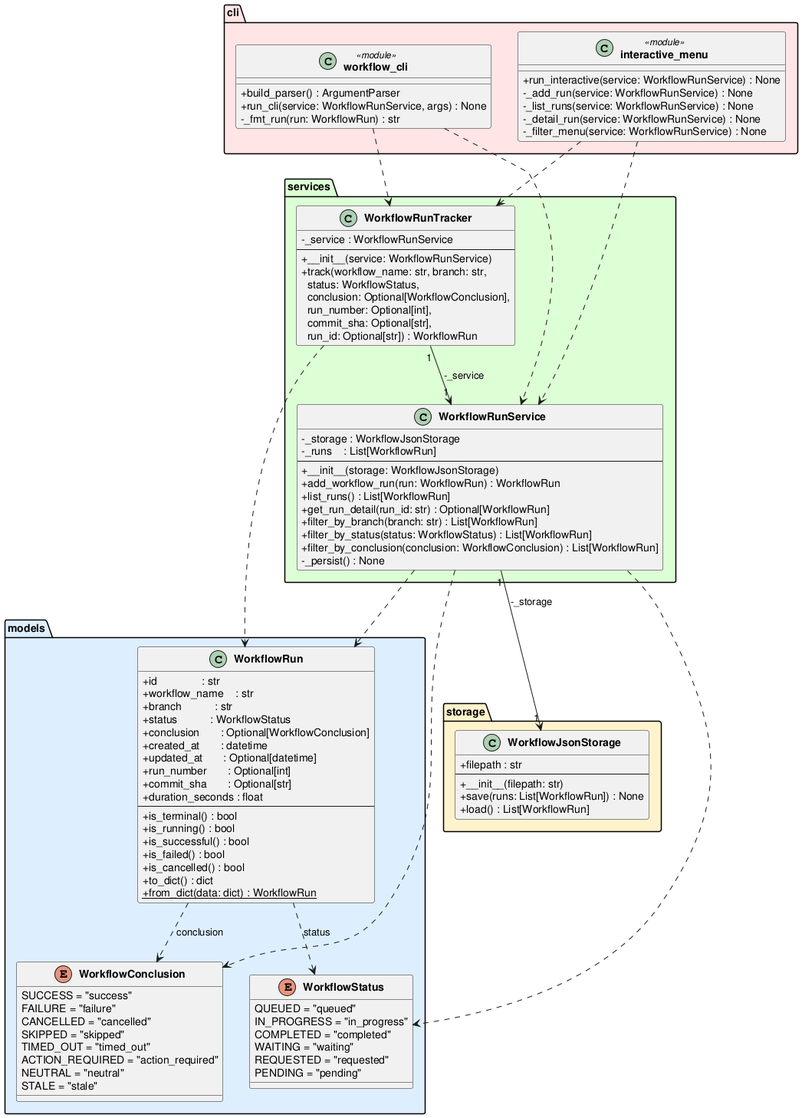
Above: experiments/broadcast/structured_text/github-workflow-manager/artifacts/class_diagram.png in DanielRiha8906/Software_autoevolution_using_agents (PlantUML), before the change.
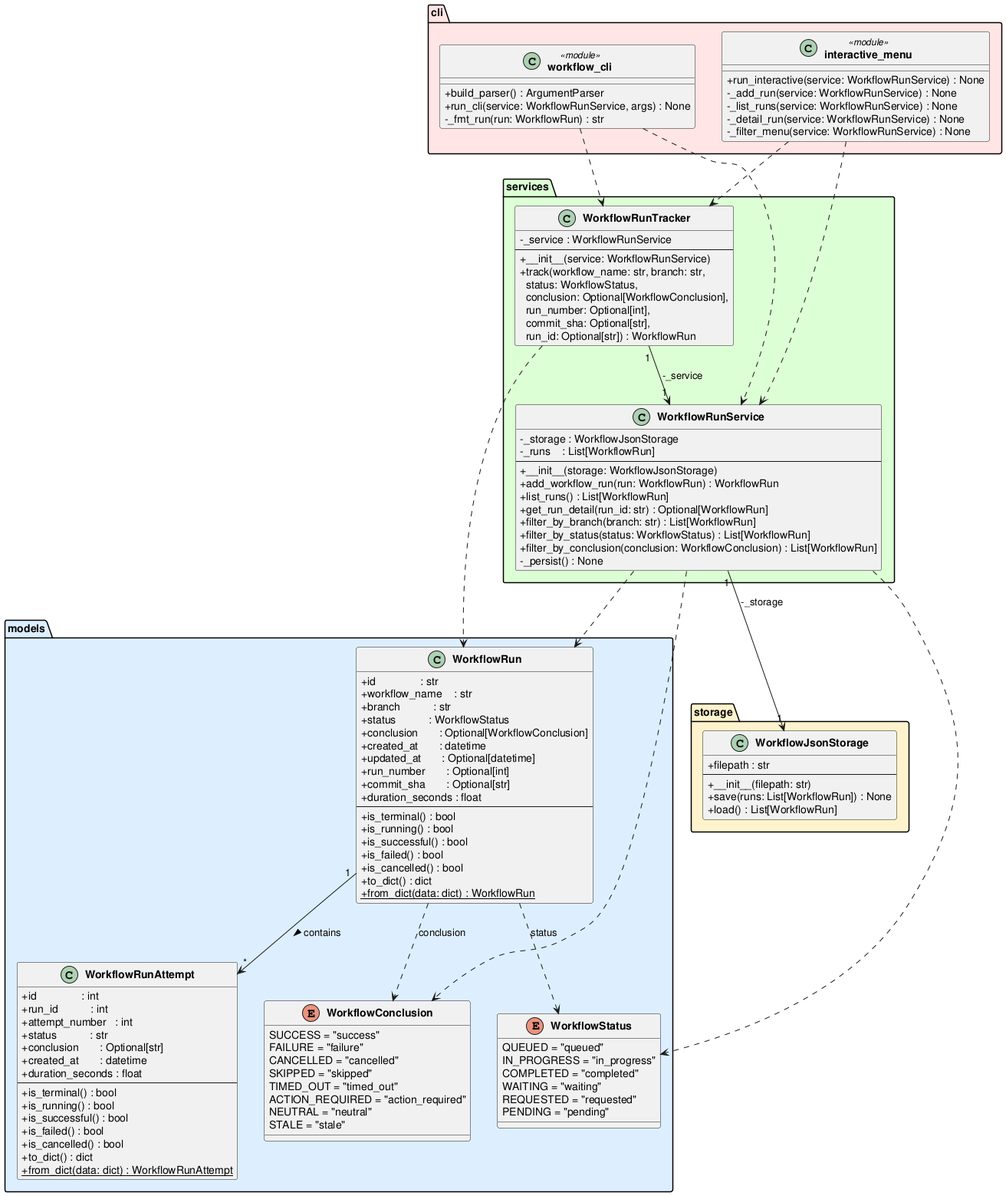
The same file after the commit.

The edit, as a diff of the source:
```diff
@@ -43,6 +43,24 @@
         +is_cancelled() : bool
         +to_dict() : dict
         +{static} from_dict(data: dict) : WorkflowRun
+    }
+
+    class WorkflowRunAttempt {
+        +id               : int
+        +run_id           : int
+        +attempt_number   : int
+        +status           : str
+        +conclusion       : Optional[str]
+        +created_at       : datetime
+        +duration_seconds : float
+        --
+        +is_terminal() : bool
+        +is_running() : bool
+        +is_successful() : bool
+        +is_failed() : bool
+        +is_cancelled() : bool
+        +to_dict() : dict
+        +{static} from_dict(data: dict) : WorkflowRunAttempt
     }
 }
 
@@ -95,6 +113,7 @@
     }
 }
 
+WorkflowRun                "1" --> "*" WorkflowRunAttempt   : contains >
 WorkflowRun                ..>  WorkflowStatus        : status
 WorkflowRun                ..>  WorkflowConclusion    : conclusion
 WorkflowRunService    "1" --> "1" WorkflowJsonStorage : -_storage
```
